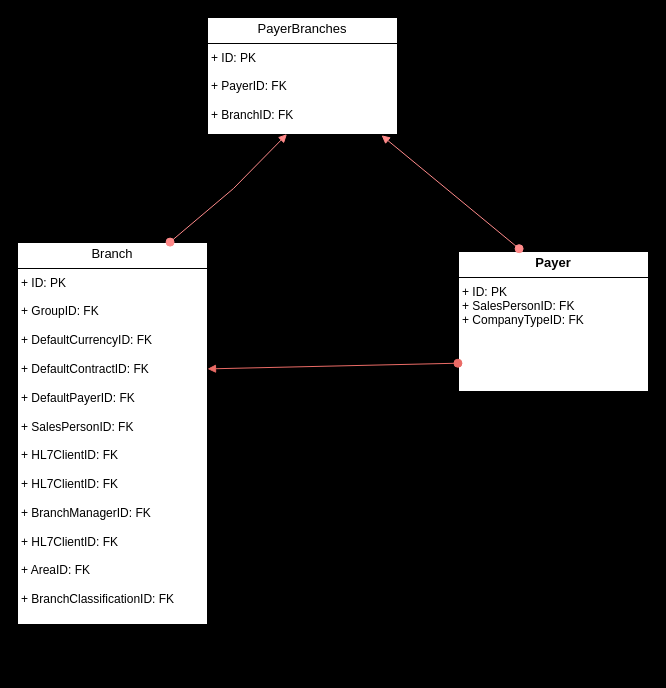
The draw.io diagram Financial Module ERD .drawio in ahmedabdelsalam22/Financial-ERD, before the edit. Source tidied: cells renumbered, new cells numbered last; positions are measured from the earlier drawing's top-left corner, leaving out a move shared by most shapes. Both pictures are drawn from the tidied source at 100%, with x=0, y=0 at pixel (17, 17).
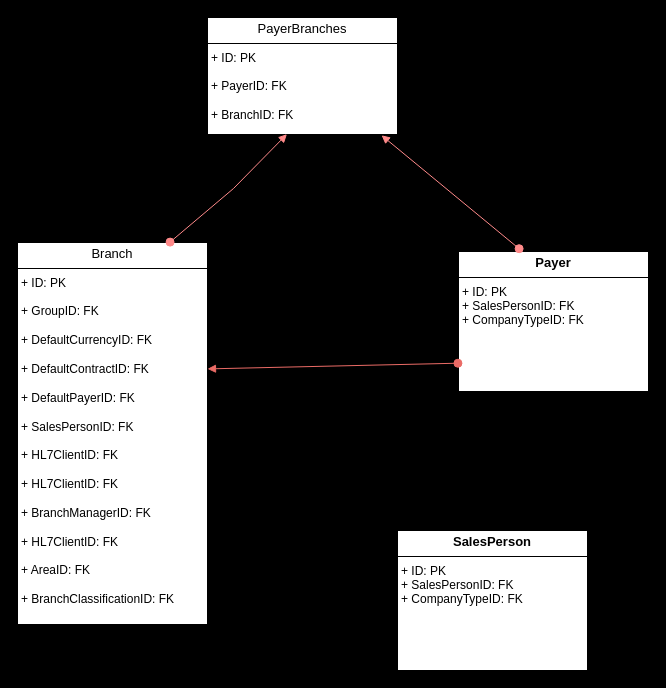
Above is the later version.

Change to the diagram source:
```diff
@@
 <mxGraphModel background="#000000">
   <root>
     <mxCell id="0" />
     <mxCell id="1" parent="0" />
     <mxCell id="2" value="&lt;p style=&quot;margin: 4px 0px 0px; text-align: center; font-size: 13px;&quot;&gt;&lt;b&gt;&lt;font style=&quot;font-size: 13px;&quot;&gt;Payer&lt;/font&gt;&lt;/b&gt;&lt;/p&gt;&lt;hr size=&quot;1&quot; style=&quot;border-style: solid; font-size: 13px;&quot;&gt;&lt;p style=&quot;margin:0px;margin-left:4px;&quot;&gt;+ ID: PK&lt;br&gt;+ SalesPersonID: FK&lt;/p&gt;&lt;p style=&quot;margin:0px;margin-left:4px;&quot;&gt;+ CompanyTypeID: FK&lt;/p&gt;&lt;p style=&quot;margin:0px;margin-left:4px;&quot;&gt;&lt;br&gt;&lt;/p&gt;" style="verticalAlign=top;align=left;overflow=fill;html=1;whiteSpace=wrap;" parent="1" vertex="1">
       <mxGeometry x="441" y="234" width="190" height="140" as="geometry" />
     </mxCell>
     <mxCell id="3" value="&lt;p style=&quot;margin: 4px 0px 0px; text-align: center; font-size: 13px;&quot;&gt;&lt;font style=&quot;font-size: 13px;&quot;&gt;PayerBranches&lt;/font&gt;&lt;/p&gt;&lt;hr size=&quot;1&quot; style=&quot;border-style: solid; font-size: 13px;&quot;&gt;&lt;p style=&quot;margin:0px;margin-left:4px;&quot;&gt;+ ID: PK&lt;/p&gt;&lt;p style=&quot;margin:0px;margin-left:4px;&quot;&gt;&lt;br&gt;+ PayerID: FK&lt;/p&gt;&lt;p style=&quot;margin:0px;margin-left:4px;&quot;&gt;&lt;br&gt;&lt;/p&gt;&lt;p style=&quot;margin:0px;margin-left:4px;&quot;&gt;+ BranchID: FK&lt;/p&gt;" style="verticalAlign=top;align=left;overflow=fill;html=1;whiteSpace=wrap;" parent="1" vertex="1">
       <mxGeometry x="190" width="190" height="117" as="geometry" />
     </mxCell>
     <mxCell id="4" value="&lt;p style=&quot;margin: 4px 0px 0px; text-align: center; font-size: 13px;&quot;&gt;&lt;font style=&quot;font-size: 13px;&quot;&gt;Branch&lt;/font&gt;&lt;/p&gt;&lt;hr size=&quot;1&quot; style=&quot;border-style: solid; font-size: 13px;&quot;&gt;&lt;p style=&quot;margin:0px;margin-left:4px;&quot;&gt;+ ID: PK&lt;/p&gt;&lt;p style=&quot;margin:0px;margin-left:4px;&quot;&gt;&lt;br&gt;+ GroupID: FK&lt;/p&gt;&lt;p style=&quot;margin:0px;margin-left:4px;&quot;&gt;&lt;br&gt;&lt;/p&gt;&lt;p style=&quot;margin:0px;margin-left:4px;&quot;&gt;+ DefaultCurrencyID: FK&lt;/p&gt;&lt;p style=&quot;margin:0px;margin-left:4px;&quot;&gt;&lt;br&gt;&lt;/p&gt;&lt;p style=&quot;margin:0px;margin-left:4px;&quot;&gt;+ DefaultContractID: FK&lt;br&gt;&lt;/p&gt;&lt;p style=&quot;margin:0px;margin-left:4px;&quot;&gt;&lt;br&gt;&lt;/p&gt;&lt;p style=&quot;margin:0px;margin-left:4px;&quot;&gt;+ DefaultPayerID: FK&lt;/p&gt;&lt;p style=&quot;margin:0px;margin-left:4px;&quot;&gt;&lt;br&gt;&lt;/p&gt;&lt;p style=&quot;margin:0px;margin-left:4px;&quot;&gt;+ SalesPersonID: FK&lt;/p&gt;&lt;p style=&quot;margin:0px;margin-left:4px;&quot;&gt;&lt;br&gt;&lt;/p&gt;&lt;p style=&quot;margin:0px;margin-left:4px;&quot;&gt;+ HL7ClientID: FK&lt;br&gt;&lt;/p&gt;&lt;p style=&quot;margin:0px;margin-left:4px;&quot;&gt;&lt;br&gt;&lt;/p&gt;&lt;p style=&quot;margin:0px;margin-left:4px;&quot;&gt;+ HL7ClientID: FK&lt;br&gt;&lt;/p&gt;&lt;p style=&quot;margin:0px;margin-left:4px;&quot;&gt;&lt;br&gt;&lt;/p&gt;&lt;p style=&quot;margin:0px;margin-left:4px;&quot;&gt;+ BranchManagerID: FK&lt;br&gt;&lt;/p&gt;&lt;p style=&quot;margin:0px;margin-left:4px;&quot;&gt;&lt;br&gt;&lt;/p&gt;&lt;p style=&quot;margin:0px;margin-left:4px;&quot;&gt;+ HL7ClientID: FK&lt;br&gt;&lt;/p&gt;&lt;p style=&quot;margin:0px;margin-left:4px;&quot;&gt;&lt;br&gt;&lt;/p&gt;&lt;p style=&quot;margin:0px;margin-left:4px;&quot;&gt;+ AreaID: FK&lt;br&gt;&lt;/p&gt;&lt;p style=&quot;margin:0px;margin-left:4px;&quot;&gt;&lt;br&gt;&lt;/p&gt;&lt;p style=&quot;margin:0px;margin-left:4px;&quot;&gt;+ BranchClassificationID: FK&lt;br&gt;&lt;/p&gt;" style="verticalAlign=top;align=left;overflow=fill;html=1;whiteSpace=wrap;" parent="1" vertex="1">
       <mxGeometry y="225" width="190" height="382" as="geometry" />
     </mxCell>
     <mxCell id="5" style="html=1;verticalAlign=bottom;startArrow=oval;startFill=1;endArrow=block;startSize=8;curved=0;rounded=0;entryX=0.916;entryY=1.007;entryDx=0;entryDy=0;entryPerimeter=0;strokeColor=#FF8A8A;exitX=0.319;exitY=-0.02;exitDx=0;exitDy=0;exitPerimeter=0;" parent="1" edge="1" source="2" target="3">
       <mxGeometry relative="1" as="geometry" />
     </mxCell>
     <mxCell id="6" style="html=1;verticalAlign=bottom;startArrow=oval;startFill=1;endArrow=block;startSize=8;curved=0;rounded=0;entryX=1.013;entryY=0.321;entryDx=0;entryDy=0;entryPerimeter=0;strokeColor=#EA6B66;exitX=-0.003;exitY=0.798;exitDx=0;exitDy=0;exitPerimeter=0;" parent="1" edge="1" source="2">
       <mxGeometry relative="1" as="geometry">
         <mxPoint x="190" y="351.4" as="targetPoint" />
       </mxGeometry>
     </mxCell>
     <mxCell id="7" style="html=1;verticalAlign=bottom;startArrow=oval;startFill=1;endArrow=block;startSize=8;curved=0;rounded=0;entryX=0.418;entryY=0.997;entryDx=0;entryDy=0;entryPerimeter=0;strokeColor=#FF8A8A;exitX=0.803;exitY=-0.001;exitDx=0;exitDy=0;exitPerimeter=0;" parent="1" edge="1" source="4" target="3">
       <mxGeometry relative="1" as="geometry">
         <Array as="points">
           <mxPoint x="216" y="171" />
         </Array>
       </mxGeometry>
     </mxCell>
+    <mxCell id="8" value="&lt;p style=&quot;margin: 4px 0px 0px; text-align: center; font-size: 13px;&quot;&gt;&lt;b&gt;SalesPerson&lt;/b&gt;&lt;/p&gt;&lt;hr size=&quot;1&quot; style=&quot;border-style: solid; font-size: 13px;&quot;&gt;&lt;p style=&quot;margin:0px;margin-left:4px;&quot;&gt;+ ID: PK&lt;br&gt;+ SalesPersonID: FK&lt;/p&gt;&lt;p style=&quot;margin:0px;margin-left:4px;&quot;&gt;+ CompanyTypeID: FK&lt;/p&gt;&lt;p style=&quot;margin:0px;margin-left:4px;&quot;&gt;&lt;br&gt;&lt;/p&gt;" style="verticalAlign=top;align=left;overflow=fill;html=1;whiteSpace=wrap;" parent="1" vertex="1">
+      <mxGeometry x="380" y="513" width="190" height="140" as="geometry" />
+    </mxCell>
   </root>
 </mxGraphModel>
```
